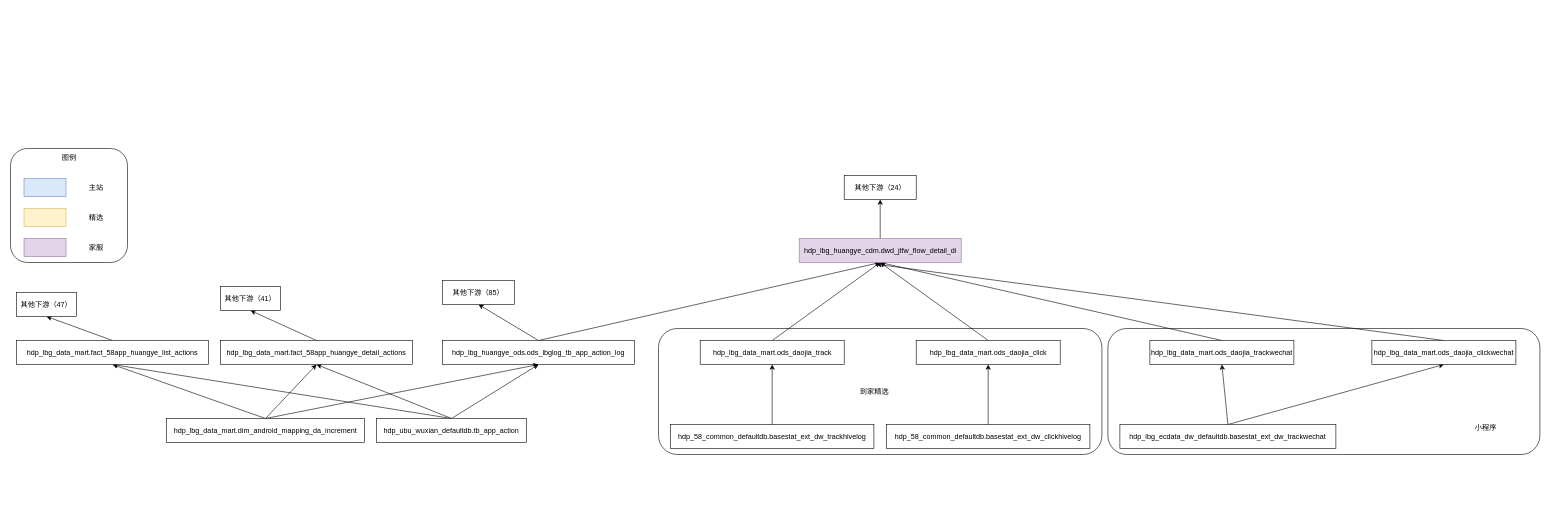
This is 未命名绘图.drawio from x841122987/draw, a draw.io file, before an edit. Source tidied: cells renumbered, new cells numbered last; positions are measured from the earlier drawing's top-left corner, leaving out a move shared by most shapes. Both pictures are drawn from the tidied source at 60%, with x=0, y=0 at pixel (10, 148).
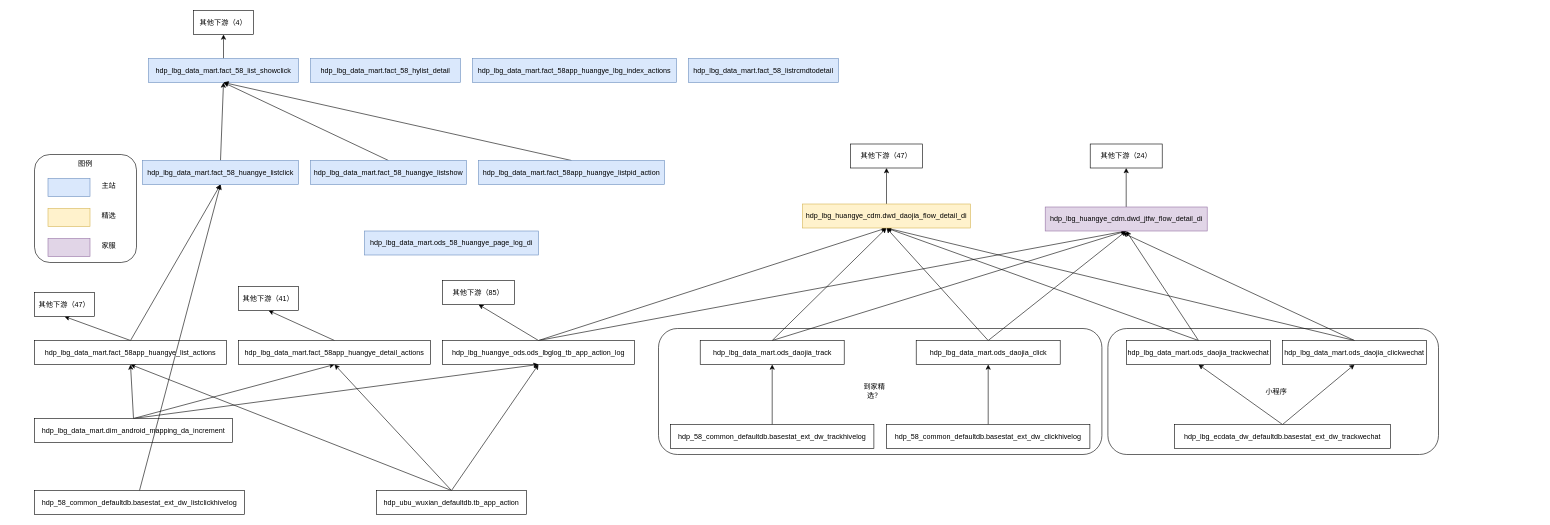
After the change.

Commit message:
更新未命名绘图.drawio

Unchanged cells that the change refers to:
```xml
<mxCell id="7" value="hdp_lbg_huangye_ods.ods_lbglog_tb_app_action_log" style="rounded=0;whiteSpace=wrap;html=1;" parent="1" vertex="1">
  <mxGeometry x="720" y="320" width="320" height="40" as="geometry" />
</mxCell>
<mxCell id="24" value="hdp_lbg_data_mart.ods_daojia_track" style="rounded=0;whiteSpace=wrap;html=1;" parent="1" vertex="1">
  <mxGeometry x="1149.5" y="320" width="240" height="40" as="geometry" />
</mxCell>
<mxCell id="27" value="hdp_lbg_data_mart.ods_daojia_click" style="rounded=0;whiteSpace=wrap;html=1;" parent="1" vertex="1">
  <mxGeometry x="1509.5" y="320" width="240" height="40" as="geometry" />
</mxCell>
```

The edit, as a diff of the source:
```diff
@@
     <mxCell id="2" style="rounded=1;whiteSpace=wrap;html=1;" parent="1" vertex="1">
-      <mxGeometry width="195" height="190" as="geometry" />
+      <mxGeometry x="40" y="10" width="170" height="180" as="geometry" />
     </mxCell>
@@
     <mxCell id="4" style="rounded=1;whiteSpace=wrap;html=1;" parent="1" vertex="1">
-      <mxGeometry x="1829" y="300" width="720" height="210" as="geometry" />
+      <mxGeometry x="1829" y="300" width="551" height="210" as="geometry" />
     </mxCell>
@@
+    <mxCell id="50" style="edgeStyle=none;rounded=0;jettySize=auto;html=1;exitX=0.5;exitY=0;exitDx=0;exitDy=0;entryX=0.5;entryY=1;entryDx=0;entryDy=0;" parent="1" edge="1" source="7" target="57">
+      <mxGeometry relative="1" as="geometry" />
+    </mxCell>
@@
     <mxCell id="11" value="hdp_lbg_data_mart.dim_android_mapping_da_increment" style="rounded=0;whiteSpace=wrap;html=1;" parent="1" vertex="1">
-      <mxGeometry x="260" y="450" width="330" height="40" as="geometry" />
+      <mxGeometry x="40" y="450" width="330" height="40" as="geometry" />
     </mxCell>
@@
     <mxCell id="15" value="hdp_ubu_wuxian_defaultdb.tb_app_action" style="rounded=0;whiteSpace=wrap;html=1;" parent="1" vertex="1">
-      <mxGeometry x="610" y="450" width="250" height="40" as="geometry" />
+      <mxGeometry x="610" y="570" width="250" height="40" as="geometry" />
     </mxCell>
@@
+    <mxCell id="51" style="edgeStyle=none;rounded=0;jettySize=auto;html=1;exitX=0.5;exitY=0;exitDx=0;exitDy=0;entryX=0.5;entryY=1;entryDx=0;entryDy=0;" parent="1" edge="1" source="19" target="67">
+      <mxGeometry relative="1" as="geometry" />
+    </mxCell>
     <mxCell id="19" value="hdp_lbg_data_mart.fact_58app_huangye_list_actions" style="rounded=0;whiteSpace=wrap;html=1;" parent="1" vertex="1">
-      <mxGeometry x="10" y="320" width="320" height="40" as="geometry" />
+      <mxGeometry x="40" y="320" width="320" height="40" as="geometry" />
     </mxCell>
     <mxCell id="20" value="hdp_lbg_data_mart.fact_58app_huangye_detail_actions" style="rounded=0;whiteSpace=wrap;html=1;" parent="1" vertex="1">
-      <mxGeometry x="350" y="320" width="320" height="40" as="geometry" />
+      <mxGeometry x="380" y="320" width="320" height="40" as="geometry" />
     </mxCell>
     <mxCell id="21" value="其他下游（41）" style="rounded=0;whiteSpace=wrap;html=1;" parent="1" vertex="1">
-      <mxGeometry x="350" y="230" width="100" height="40" as="geometry" />
+      <mxGeometry x="380" y="230" width="100" height="40" as="geometry" />
     </mxCell>
     <mxCell id="22" value="其他下游（47）" style="rounded=0;whiteSpace=wrap;html=1;" parent="1" vertex="1">
-      <mxGeometry x="10" y="240" width="100" height="40" as="geometry" />
+      <mxGeometry x="40" y="240" width="100" height="40" as="geometry" />
     </mxCell>
@@
+    <mxCell id="52" style="edgeStyle=none;rounded=0;jettySize=auto;html=1;exitX=0.5;exitY=0;exitDx=0;exitDy=0;entryX=0.5;entryY=1;entryDx=0;entryDy=0;" parent="1" edge="1" source="24" target="57">
+      <mxGeometry relative="1" as="geometry" />
+    </mxCell>
@@
-    <mxCell id="25" value="到家精选" style="text;html=1;strokeColor=none;fillColor=none;align=center;verticalAlign=middle;whiteSpace=wrap;rounded=0;" parent="1" vertex="1">
+    <mxCell id="25" value="到家精选？" style="text;html=1;strokeColor=none;fillColor=none;align=center;verticalAlign=middle;whiteSpace=wrap;rounded=0;" parent="1" vertex="1">
       <mxGeometry x="1410" y="390" width="60" height="30" as="geometry" />
     </mxCell>
@@
+    <mxCell id="53" style="edgeStyle=none;rounded=0;jettySize=auto;html=1;exitX=0.5;exitY=0;exitDx=0;exitDy=0;entryX=0.5;entryY=1;entryDx=0;entryDy=0;" parent="1" edge="1" source="27" target="57">
+      <mxGeometry relative="1" as="geometry" />
+    </mxCell>
@@
     <mxCell id="34" value="hdp_lbg_ecdata_dw_defaultdb.basestat_ext_dw_trackwechat" style="rounded=0;whiteSpace=wrap;html=1;" parent="1" vertex="1">
-      <mxGeometry x="1849" y="460" width="360" height="40" as="geometry" />
+      <mxGeometry x="1940" y="460" width="360" height="40" as="geometry" />
     </mxCell>
@@
+    <mxCell id="54" style="edgeStyle=none;rounded=0;jettySize=auto;html=1;exitX=0.5;exitY=0;exitDx=0;exitDy=0;entryX=0.5;entryY=1;entryDx=0;entryDy=0;" parent="1" edge="1" source="36" target="57">
+      <mxGeometry relative="1" as="geometry" />
+    </mxCell>
     <mxCell id="36" value="hdp_lbg_data_mart.ods_daojia_trackwechat" style="rounded=0;whiteSpace=wrap;html=1;" parent="1" vertex="1">
-      <mxGeometry x="1899" y="320" width="240" height="40" as="geometry" />
+      <mxGeometry x="1860" y="320" width="240" height="40" as="geometry" />
     </mxCell>
@@
+    <mxCell id="55" style="edgeStyle=none;rounded=0;jettySize=auto;html=1;exitX=0.5;exitY=0;exitDx=0;exitDy=0;entryX=0.5;entryY=1;entryDx=0;entryDy=0;" parent="1" edge="1" source="38" target="57">
+      <mxGeometry relative="1" as="geometry" />
+    </mxCell>
     <mxCell id="38" value="hdp_lbg_data_mart.ods_daojia_clickwechat" style="rounded=0;whiteSpace=wrap;html=1;" parent="1" vertex="1">
-      <mxGeometry x="2269" y="320" width="240" height="40" as="geometry" />
+      <mxGeometry x="2120" y="320" width="240" height="40" as="geometry" />
     </mxCell>
     <mxCell id="39" value="小程序" style="text;html=1;strokeColor=none;fillColor=none;align=center;verticalAlign=middle;whiteSpace=wrap;rounded=0;" parent="1" vertex="1">
-      <mxGeometry x="2429" y="450" width="60" height="30" as="geometry" />
+      <mxGeometry x="2080" y="390" width="60" height="30" as="geometry" />
     </mxCell>
@@
     <mxCell id="41" value="hdp_lbg_huangye_cdm.dwd_jtfw_flow_detail_di" style="rounded=0;whiteSpace=wrap;html=1;fillColor=#e1d5e7;strokeColor=#9673a6;" parent="1" vertex="1">
-      <mxGeometry x="1314.5" y="150" width="270" height="40" as="geometry" />
+      <mxGeometry x="1724.5" y="97.5" width="270" height="40" as="geometry" />
     </mxCell>
     <mxCell id="42" style="rounded=0;whiteSpace=wrap;html=1;fillColor=#fff2cc;strokeColor=#d6b656;" parent="1" vertex="1">
-      <mxGeometry x="22.5" y="100" width="70" height="30" as="geometry" />
+      <mxGeometry x="62.5" y="100" width="70" height="30" as="geometry" />
     </mxCell>
     <mxCell id="43" value="精选" style="text;html=1;strokeColor=none;fillColor=none;align=center;verticalAlign=middle;whiteSpace=wrap;rounded=0;" parent="1" vertex="1">
-      <mxGeometry x="112.5" y="100" width="60" height="30" as="geometry" />
+      <mxGeometry x="134" y="97.5" width="60" height="30" as="geometry" />
     </mxCell>
     <mxCell id="44" style="rounded=0;whiteSpace=wrap;html=1;fillColor=#dae8fc;strokeColor=#6c8ebf;" parent="1" vertex="1">
-      <mxGeometry x="22.5" y="50" width="70" height="30" as="geometry" />
+      <mxGeometry x="62.5" y="50" width="70" height="30" as="geometry" />
     </mxCell>
     <mxCell id="45" value="主站" style="text;html=1;strokeColor=none;fillColor=none;align=center;verticalAlign=middle;whiteSpace=wrap;rounded=0;" parent="1" vertex="1">
-      <mxGeometry x="112.5" y="50" width="60" height="30" as="geometry" />
+      <mxGeometry x="134" y="47.5" width="60" height="30" as="geometry" />
     </mxCell>
     <mxCell id="46" style="rounded=0;whiteSpace=wrap;html=1;fillColor=#e1d5e7;strokeColor=#9673a6;" parent="1" vertex="1">
-      <mxGeometry x="22.5" y="150" width="70" height="30" as="geometry" />
+      <mxGeometry x="62.5" y="150" width="70" height="30" as="geometry" />
     </mxCell>
     <mxCell id="47" value="家服" style="text;html=1;strokeColor=none;fillColor=none;align=center;verticalAlign=middle;whiteSpace=wrap;rounded=0;" parent="1" vertex="1">
-      <mxGeometry x="112.5" y="150" width="60" height="30" as="geometry" />
+      <mxGeometry x="134" y="147.5" width="60" height="30" as="geometry" />
     </mxCell>
     <mxCell id="48" value="图例" style="text;html=1;strokeColor=none;fillColor=none;align=center;verticalAlign=middle;whiteSpace=wrap;rounded=0;" parent="1" vertex="1">
-      <mxGeometry x="67.5" width="60" height="30" as="geometry" />
+      <mxGeometry x="95" y="10" width="60" height="30" as="geometry" />
     </mxCell>
     <mxCell id="49" value="其他下游（24）" style="rounded=0;whiteSpace=wrap;html=1;" parent="1" vertex="1">
-      <mxGeometry x="1389.5" y="45" width="120" height="40" as="geometry" />
+      <mxGeometry x="1799.5" y="-7.5" width="120" height="40" as="geometry" />
     </mxCell>
+    <mxCell id="56" style="edgeStyle=none;rounded=0;jettySize=auto;html=1;exitX=0.5;exitY=0;exitDx=0;exitDy=0;entryX=0.5;entryY=1;entryDx=0;entryDy=0;" parent="1" edge="1" source="57" target="58">
+      <mxGeometry relative="1" as="geometry" />
+    </mxCell>
+    <mxCell id="57" value="hdp_lbg_huangye_cdm.dwd_daojia_flow_detail_di" style="rounded=0;whiteSpace=wrap;html=1;fillColor=#fff2cc;strokeColor=#d6b656;" parent="1" vertex="1">
+      <mxGeometry x="1320" y="92.5" width="280" height="40" as="geometry" />
+    </mxCell>
+    <mxCell id="58" value="其他下游（47）" style="rounded=0;whiteSpace=wrap;html=1;" parent="1" vertex="1">
+      <mxGeometry x="1400" y="-7.5" width="120" height="40" as="geometry" />
+    </mxCell>
+    <mxCell id="59" style="edgeStyle=none;rounded=0;jettySize=auto;html=1;exitX=0.5;exitY=0;exitDx=0;exitDy=0;entryX=0.5;entryY=1;entryDx=0;entryDy=0;" parent="1" edge="1" source="60" target="65">
+      <mxGeometry relative="1" as="geometry" />
+    </mxCell>
+    <mxCell id="60" value="hdp_lbg_data_mart.fact_58_list_showclick" style="rounded=0;whiteSpace=wrap;html=1;fillColor=#dae8fc;strokeColor=#6c8ebf;" parent="1" vertex="1">
+      <mxGeometry x="230" y="-150" width="250" height="40" as="geometry" />
+    </mxCell>
+    <mxCell id="61" value="hdp_lbg_data_mart.fact_58_hylist_detail" style="rounded=0;whiteSpace=wrap;html=1;fillColor=#dae8fc;strokeColor=#6c8ebf;" parent="1" vertex="1">
+      <mxGeometry x="500" y="-150" width="250" height="40" as="geometry" />
+    </mxCell>
+    <mxCell id="62" value="hdp_lbg_data_mart.ods_58_huangye_page_log_di" style="rounded=0;whiteSpace=wrap;html=1;fillColor=#dae8fc;strokeColor=#6c8ebf;" parent="1" vertex="1">
+      <mxGeometry x="590" y="137.5" width="290" height="40" as="geometry" />
+    </mxCell>
+    <mxCell id="63" value="hdp_lbg_data_mart.fact_58app_huangye_lbg_index_actions" style="rounded=0;whiteSpace=wrap;html=1;fillColor=#dae8fc;strokeColor=#6c8ebf;" parent="1" vertex="1">
+      <mxGeometry x="770" y="-150" width="340" height="40" as="geometry" />
+    </mxCell>
+    <mxCell id="64" value="hdp_lbg_data_mart.fact_58_listrcmdtodetail" style="rounded=0;whiteSpace=wrap;html=1;fillColor=#dae8fc;strokeColor=#6c8ebf;" parent="1" vertex="1">
+      <mxGeometry x="1130" y="-150" width="250" height="40" as="geometry" />
+    </mxCell>
+    <mxCell id="65" value="其他下游（4）" style="rounded=0;whiteSpace=wrap;html=1;" parent="1" vertex="1">
+      <mxGeometry x="305" y="-230" width="100" height="40" as="geometry" />
+    </mxCell>
+    <mxCell id="66" style="edgeStyle=none;rounded=0;jettySize=auto;html=1;exitX=0.5;exitY=0;exitDx=0;exitDy=0;entryX=0.5;entryY=1;entryDx=0;entryDy=0;" parent="1" edge="1" source="67" target="60">
+      <mxGeometry relative="1" as="geometry" />
+    </mxCell>
+    <mxCell id="67" value="hdp_lbg_data_mart.fact_58_huangye_listclick" style="rounded=0;whiteSpace=wrap;html=1;fillColor=#dae8fc;strokeColor=#6c8ebf;" parent="1" vertex="1">
+      <mxGeometry x="220" y="20" width="260" height="40" as="geometry" />
+    </mxCell>
+    <mxCell id="68" style="edgeStyle=none;rounded=0;jettySize=auto;html=1;exitX=0.5;exitY=0;exitDx=0;exitDy=0;entryX=0.5;entryY=1;entryDx=0;entryDy=0;" parent="1" edge="1" source="69" target="60">
+      <mxGeometry relative="1" as="geometry" />
+    </mxCell>
+    <mxCell id="69" value="hdp_lbg_data_mart.fact_58_huangye_listshow" style="rounded=0;whiteSpace=wrap;html=1;fillColor=#dae8fc;strokeColor=#6c8ebf;" parent="1" vertex="1">
+      <mxGeometry x="500" y="20" width="260" height="40" as="geometry" />
+    </mxCell>
+    <mxCell id="70" style="edgeStyle=none;rounded=0;jettySize=auto;html=1;exitX=0.5;exitY=0;exitDx=0;exitDy=0;entryX=0.5;entryY=1;entryDx=0;entryDy=0;" parent="1" edge="1" source="71" target="60">
+      <mxGeometry relative="1" as="geometry" />
+    </mxCell>
+    <mxCell id="71" value="hdp_lbg_data_mart.fact_58app_huangye_listpid_action" style="rounded=0;whiteSpace=wrap;html=1;fillColor=#dae8fc;strokeColor=#6c8ebf;" parent="1" vertex="1">
+      <mxGeometry x="780" y="20" width="310" height="40" as="geometry" />
+    </mxCell>
+    <mxCell id="72" style="edgeStyle=none;rounded=0;jettySize=auto;html=1;exitX=0.5;exitY=0;exitDx=0;exitDy=0;entryX=0.5;entryY=1;entryDx=0;entryDy=0;" parent="1" edge="1" source="73" target="67">
+      <mxGeometry relative="1" as="geometry" />
+    </mxCell>
+    <mxCell id="73" value="hdp_58_common_defaultdb.basestat_ext_dw_listclickhivelog" style="rounded=0;whiteSpace=wrap;html=1;" parent="1" vertex="1">
+      <mxGeometry x="40" y="570" width="350" height="40" as="geometry" />
+    </mxCell>
```
